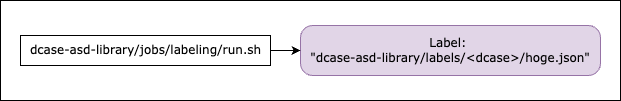
TakuyaFujimura/dcase-asd-toolkit keeps this draw.io diagram as docs/label.drawio.png. Above is the earlier version. Source tidied: cells renumbered, new cells last; positions are measured from the earlier drawing's top-left corner, leaving out a move shared by most shapes. The source it was exported from:
```xml
<mxGraphModel>
  <root>
    <mxCell id="0" />
    <mxCell id="1" parent="0" />
    <mxCell id="2" style="rounded=0;whiteSpace=wrap;html=1;" parent="1" vertex="1">
      <mxGeometry width="620" height="100" as="geometry" />
    </mxCell>
    <mxCell id="3" value="&lt;div&gt;&lt;font&gt;&lt;span style=&quot;background-color: transparent;&quot;&gt;&lt;font style=&quot;color: rgb(0, 0, 0);&quot;&gt;Label:&amp;nbsp;&lt;/font&gt;&lt;/span&gt;&lt;/font&gt;&lt;/div&gt;&lt;font style=&quot;color: rgb(0, 0, 0);&quot;&gt;&quot;dcase-asd-library/labels/&amp;lt;dcase&amp;gt;/hoge.json&quot;&lt;br&gt;&lt;/font&gt;" style="rounded=1;whiteSpace=wrap;html=1;arcSize=24;fontFamily=Verdana;fillColor=#e1d5e7;strokeColor=#9673a6;align=center;" parent="1" vertex="1">
      <mxGeometry x="300" y="25" width="300" height="50" as="geometry" />
    </mxCell>
    <mxCell id="4" style="edgeStyle=none;html=1;entryX=0;entryY=0.5;entryDx=0;entryDy=0;" parent="1" edge="1" source="5" target="3">
      <mxGeometry relative="1" as="geometry" />
    </mxCell>
    <mxCell id="5" value="&lt;font face=&quot;Verdana&quot;&gt;dcase-asd-library/jobs/labeling/run.sh&lt;/font&gt;" style="text;html=1;align=center;verticalAlign=middle;points=[];strokeColor=default;fillColor=default;" parent="1" vertex="1">
      <mxGeometry x="20" y="35" width="250" height="30" as="geometry" />
    </mxCell>
  </root>
</mxGraphModel>
```
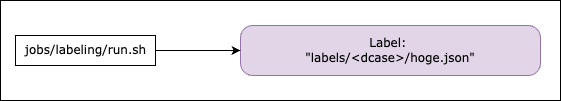
The same diagram one commit later.

Change to the diagram source:
```diff
@@ -3,16 +3,16 @@
     <mxCell id="0" />
     <mxCell id="1" parent="0" />
     <mxCell id="2" style="rounded=0;whiteSpace=wrap;html=1;" parent="1" vertex="1">
-      <mxGeometry width="620" height="100" as="geometry" />
+      <mxGeometry x="60" width="560" height="100" as="geometry" />
     </mxCell>
-    <mxCell id="3" value="&lt;div&gt;&lt;font&gt;&lt;span style=&quot;background-color: transparent;&quot;&gt;&lt;font style=&quot;color: rgb(0, 0, 0);&quot;&gt;Label:&amp;nbsp;&lt;/font&gt;&lt;/span&gt;&lt;/font&gt;&lt;/div&gt;&lt;font style=&quot;color: rgb(0, 0, 0);&quot;&gt;&quot;dcase-asd-library/labels/&amp;lt;dcase&amp;gt;/hoge.json&quot;&lt;br&gt;&lt;/font&gt;" style="rounded=1;whiteSpace=wrap;html=1;arcSize=24;fontFamily=Verdana;fillColor=#e1d5e7;strokeColor=#9673a6;align=center;" parent="1" vertex="1">
+    <mxCell id="3" value="&lt;div&gt;&lt;font&gt;&lt;span style=&quot;background-color: transparent;&quot;&gt;&lt;font style=&quot;color: rgb(0, 0, 0);&quot;&gt;Label:&amp;nbsp;&lt;/font&gt;&lt;/span&gt;&lt;/font&gt;&lt;/div&gt;&lt;font style=&quot;color: rgb(0, 0, 0);&quot;&gt;&quot;labels/&amp;lt;dcase&amp;gt;/hoge.json&quot;&lt;br&gt;&lt;/font&gt;" style="rounded=1;whiteSpace=wrap;html=1;arcSize=24;fontFamily=Verdana;fillColor=#e1d5e7;strokeColor=#9673a6;align=center;" parent="1" vertex="1">
       <mxGeometry x="300" y="25" width="300" height="50" as="geometry" />
     </mxCell>
     <mxCell id="4" style="edgeStyle=none;html=1;entryX=0;entryY=0.5;entryDx=0;entryDy=0;" parent="1" edge="1" source="5" target="3">
       <mxGeometry relative="1" as="geometry" />
     </mxCell>
-    <mxCell id="5" value="&lt;font face=&quot;Verdana&quot;&gt;dcase-asd-library/jobs/labeling/run.sh&lt;/font&gt;" style="text;html=1;align=center;verticalAlign=middle;points=[];strokeColor=default;fillColor=default;" parent="1" vertex="1">
-      <mxGeometry x="20" y="35" width="250" height="30" as="geometry" />
+    <mxCell id="5" value="&lt;font face=&quot;Verdana&quot;&gt;jobs/labeling/run.sh&lt;/font&gt;" style="text;html=1;align=center;verticalAlign=middle;points=[];strokeColor=default;fillColor=default;" parent="1" vertex="1">
+      <mxGeometry x="75" y="35" width="140" height="30" as="geometry" />
     </mxCell>
   </root>
 </mxGraphModel>
```
